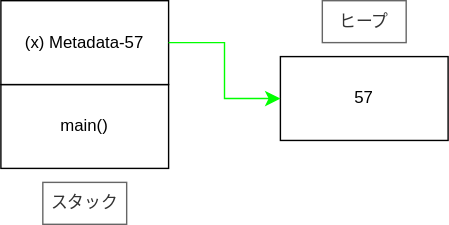
Above: src/svg/chapter4/heap57meta57.drawio.svg in taku-n/scribbling-rust (draw.io), before the change. Source tidied: cells renumbered, new cells last; positions are measured from the earlier drawing's top-left corner, leaving out a move shared by most shapes. Its diagram source:
```xml
<mxGraphModel>
  <root>
    <mxCell id="0" />
    <mxCell id="1" parent="0" />
    <mxCell id="2" value="main()" style="rounded=0;whiteSpace=wrap;html=1;" parent="1" vertex="1">
      <mxGeometry y="60" width="120" height="60" as="geometry" />
    </mxCell>
    <mxCell id="3" value="(x) Metadata-57" style="rounded=0;whiteSpace=wrap;html=1;" parent="1" vertex="1">
      <mxGeometry width="120" height="60" as="geometry" />
    </mxCell>
    <mxCell id="4" value="57" style="rounded=0;whiteSpace=wrap;html=1;" parent="1" vertex="1">
      <mxGeometry x="200" y="40" width="120" height="60" as="geometry" />
    </mxCell>
    <mxCell id="5" value="スタック" style="text;html=1;align=center;verticalAlign=middle;whiteSpace=wrap;rounded=0;fillColor=#FFFFFF;strokeColor=#666666;fontColor=#333333;" parent="1" vertex="1">
      <mxGeometry x="30" y="130" width="60" height="30" as="geometry" />
    </mxCell>
    <mxCell id="6" value="ヒープ" style="text;html=1;align=center;verticalAlign=middle;whiteSpace=wrap;rounded=0;fillColor=#FFFFFF;strokeColor=#666666;fontColor=#333333;" parent="1" vertex="1">
      <mxGeometry x="230" width="60" height="30" as="geometry" />
    </mxCell>
    <mxCell id="7" style="edgeStyle=elbowEdgeStyle;elbow=horizontal;endArrow=classic;html=1;curved=0;rounded=0;endSize=8;startSize=8;exitX=1;exitY=0.5;exitDx=0;exitDy=0;entryX=0;entryY=0.5;entryDx=0;entryDy=0;fillColor=#f5f5f5;strokeColor=#00FF00;" parent="1" edge="1" source="3" target="4">
      <mxGeometry relative="1" as="geometry">
        <Array as="points">
          <mxPoint x="160" y="70" />
        </Array>
      </mxGeometry>
    </mxCell>
  </root>
</mxGraphModel>
```
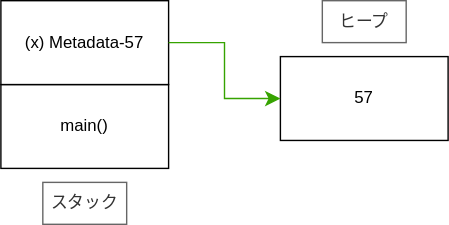
Later version of the same file.

What changed in the source:
```diff
@@ -17,7 +17,7 @@
     <mxCell id="6" value="ヒープ" style="text;html=1;align=center;verticalAlign=middle;whiteSpace=wrap;rounded=0;fillColor=#FFFFFF;strokeColor=#666666;fontColor=#333333;" parent="1" vertex="1">
       <mxGeometry x="230" width="60" height="30" as="geometry" />
     </mxCell>
-    <mxCell id="7" style="edgeStyle=elbowEdgeStyle;elbow=horizontal;endArrow=classic;html=1;curved=0;rounded=0;endSize=8;startSize=8;exitX=1;exitY=0.5;exitDx=0;exitDy=0;entryX=0;entryY=0.5;entryDx=0;entryDy=0;fillColor=#f5f5f5;strokeColor=#00FF00;" parent="1" edge="1" source="3" target="4">
+    <mxCell id="7" style="edgeStyle=elbowEdgeStyle;elbow=horizontal;endArrow=classic;html=1;curved=0;rounded=0;endSize=8;startSize=8;exitX=1;exitY=0.5;exitDx=0;exitDy=0;entryX=0;entryY=0.5;entryDx=0;entryDy=0;fillColor=#f5f5f5;strokeColor=#36A300;" parent="1" edge="1" source="3" target="4">
       <mxGeometry relative="1" as="geometry">
         <Array as="points">
           <mxPoint x="160" y="70" />
```
